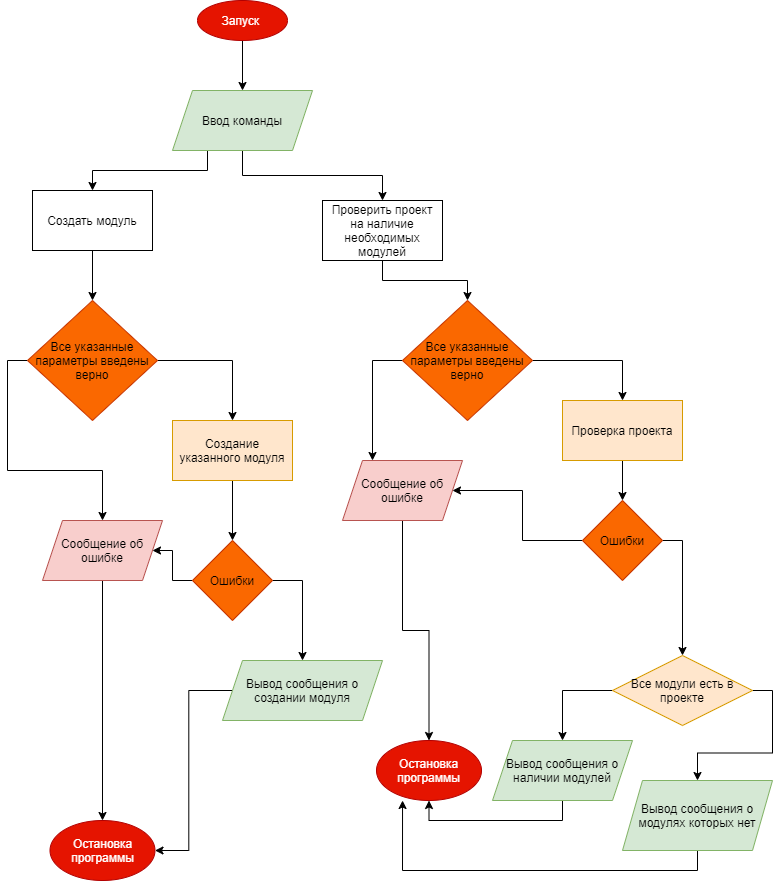
Before: module-preparator.drawio.png, a diagram exported from draw.io (EvgeniiGerasin/module-preparator-for-writing-tests). Source tidied: cells renumbered, new cells last; positions are measured from the earlier drawing's top-left corner, leaving out a move shared by most shapes.
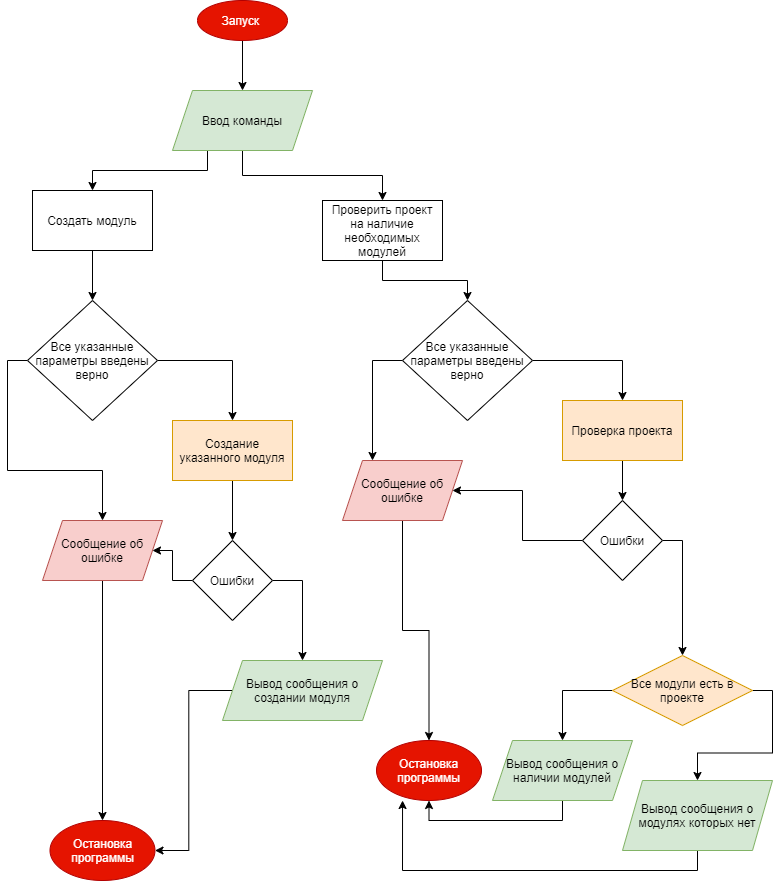
After the change.

Diff of the diagram source:
```diff
@@ -17,7 +17,7 @@
     <mxCell id="6" style="edgeStyle=orthogonalEdgeStyle;rounded=0;jettySize=auto;html=1;exitX=1;exitY=0.5;exitDx=0;exitDy=0;entryX=0.5;entryY=0;entryDx=0;entryDy=0;" parent="1" edge="1" source="7" target="18">
       <mxGeometry relative="1" as="geometry" />
     </mxCell>
-    <mxCell id="7" value="Все указанные параметры введены верно" style="rhombus;whiteSpace=wrap;html=1;fillColor=#fa6800;fontColor=#000000;strokeColor=#C73500;" parent="1" vertex="1">
+    <mxCell id="7" value="Все указанные параметры введены верно" style="rhombus;whiteSpace=wrap;html=1;" parent="1" vertex="1">
       <mxGeometry y="300" width="130" height="120" as="geometry" />
     </mxCell>
     <mxCell id="8" style="edgeStyle=orthogonalEdgeStyle;rounded=0;jettySize=auto;html=1;exitX=0.5;exitY=1;exitDx=0;exitDy=0;entryX=0.5;entryY=0;entryDx=0;entryDy=0;" parent="1" edge="1" source="9" target="7">
@@ -59,7 +59,7 @@
     <mxCell id="20" style="edgeStyle=orthogonalEdgeStyle;rounded=0;jettySize=auto;html=1;exitX=1;exitY=0.5;exitDx=0;exitDy=0;entryX=0.5;entryY=0;entryDx=0;entryDy=0;" parent="1" edge="1" source="21" target="23">
       <mxGeometry relative="1" as="geometry" />
     </mxCell>
-    <mxCell id="21" value="Ошибки" style="rhombus;whiteSpace=wrap;html=1;fillColor=#fa6800;fontColor=#000000;strokeColor=#C73500;" parent="1" vertex="1">
+    <mxCell id="21" value="Ошибки" style="rhombus;whiteSpace=wrap;html=1;" parent="1" vertex="1">
       <mxGeometry x="165" y="540" width="80" height="80" as="geometry" />
     </mxCell>
     <mxCell id="22" style="edgeStyle=orthogonalEdgeStyle;rounded=0;jettySize=auto;html=1;exitX=0;exitY=0.5;exitDx=0;exitDy=0;entryX=1;entryY=0.5;entryDx=0;entryDy=0;" parent="1" edge="1" source="23" target="16">
@@ -74,7 +74,7 @@
     <mxCell id="25" style="edgeStyle=orthogonalEdgeStyle;rounded=0;jettySize=auto;html=1;exitX=1;exitY=0.5;exitDx=0;exitDy=0;entryX=0.5;entryY=0;entryDx=0;entryDy=0;endArrow=classic;endFill=1;" parent="1" edge="1" source="26" target="31">
       <mxGeometry relative="1" as="geometry" />
     </mxCell>
-    <mxCell id="26" value="Все указанные параметры введены верно" style="rhombus;whiteSpace=wrap;html=1;fillColor=#fa6800;fontColor=#000000;strokeColor=#C73500;" parent="1" vertex="1">
+    <mxCell id="26" value="Все указанные параметры введены верно" style="rhombus;whiteSpace=wrap;html=1;" parent="1" vertex="1">
       <mxGeometry x="375" y="300" width="130" height="120" as="geometry" />
     </mxCell>
     <mxCell id="27" style="edgeStyle=orthogonalEdgeStyle;rounded=0;jettySize=auto;html=1;exitX=0.5;exitY=1;exitDx=0;exitDy=0;endArrow=classic;endFill=1;entryX=0.5;entryY=0;entryDx=0;entryDy=0;" parent="1" edge="1" source="28" target="29">
@@ -98,7 +98,7 @@
     <mxCell id="33" style="edgeStyle=orthogonalEdgeStyle;rounded=0;jettySize=auto;html=1;exitX=1;exitY=0.5;exitDx=0;exitDy=0;endArrow=classic;endFill=1;entryX=0.5;entryY=0;entryDx=0;entryDy=0;" parent="1" edge="1" source="34" target="37">
       <mxGeometry relative="1" as="geometry" />
     </mxCell>
-    <mxCell id="34" value="Ошибки" style="rhombus;whiteSpace=wrap;html=1;fillColor=#fa6800;fontColor=#000000;strokeColor=#C73500;" parent="1" vertex="1">
+    <mxCell id="34" value="Ошибки" style="rhombus;whiteSpace=wrap;html=1;" parent="1" vertex="1">
       <mxGeometry x="555" y="500" width="80" height="80" as="geometry" />
     </mxCell>
     <mxCell id="35" style="edgeStyle=orthogonalEdgeStyle;rounded=0;jettySize=auto;html=1;exitX=0;exitY=0.5;exitDx=0;exitDy=0;entryX=0.5;entryY=0;entryDx=0;entryDy=0;endArrow=classic;endFill=1;" parent="1" edge="1" source="37" target="41">
```
